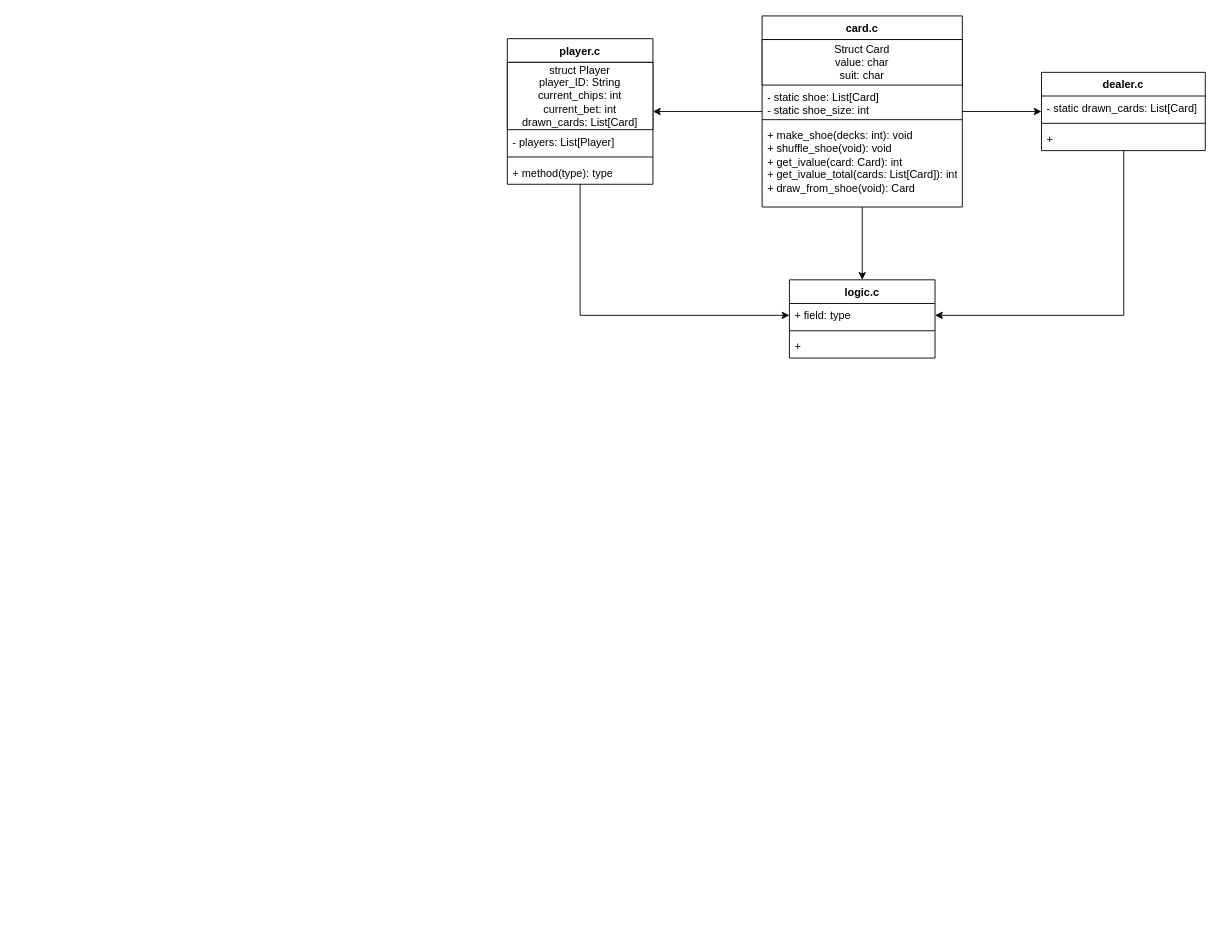
Above: misc/BlackJackRemakeUML.drawio in BigDave0071/BlackJackRemake (draw.io), before the change. Source tidied: cells renumbered, new cells numbered last; positions are measured from the earlier drawing's top-left corner, leaving out a move shared by most shapes. Both pictures are drawn from the tidied source at 91%, with x=0, y=0 at pixel (507, 15).
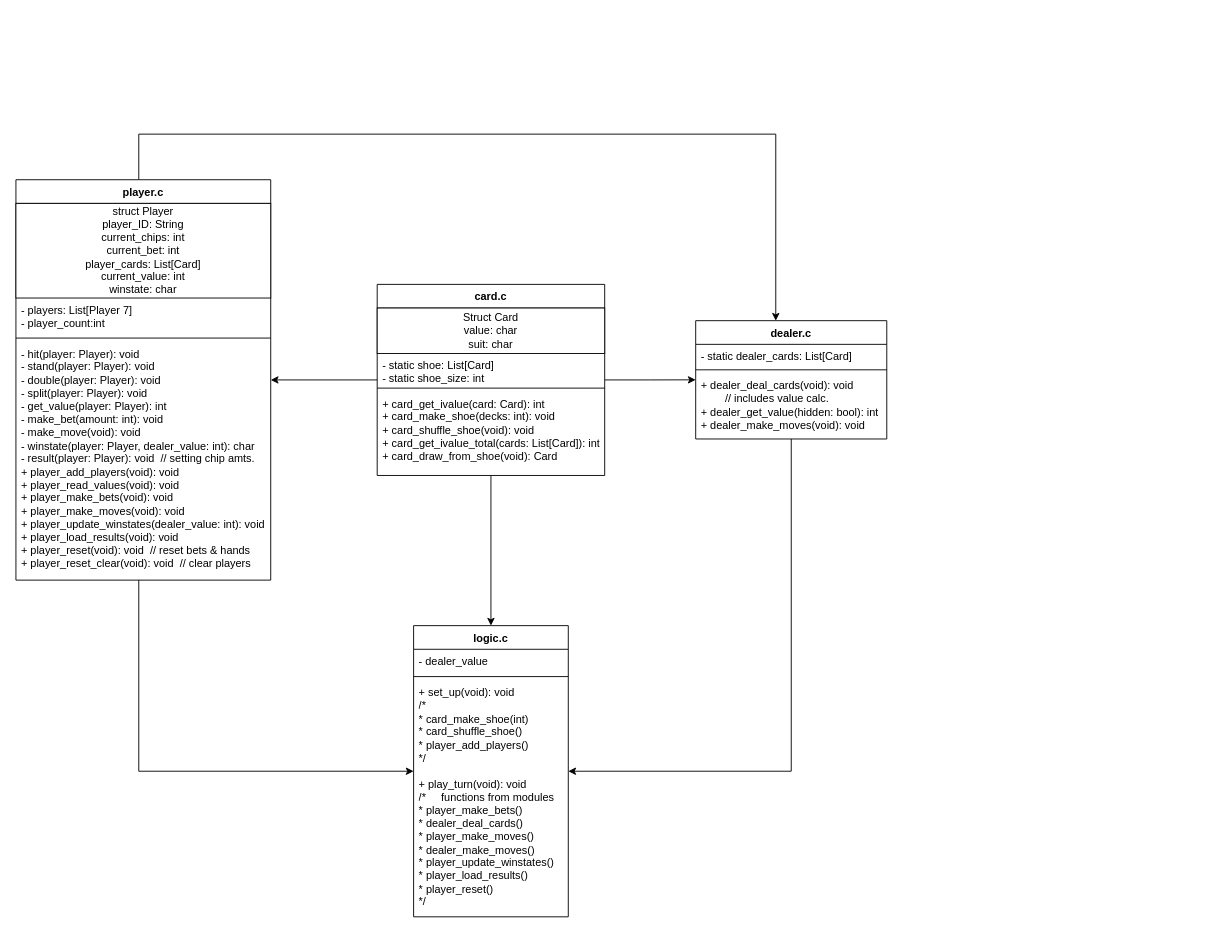
Above is the later version.

Commit message:
Almost completed UML diagram 	- added new functions to all modules 	- improved structure

The edit, as a diff of the source:
```diff
@@
+    <mxCell id="18" style="edgeStyle=orthogonalEdgeStyle;rounded=0;jettySize=auto;html=1;" parent="1" edge="1" source="4" target="19">
+      <mxGeometry relative="1" as="geometry" />
+    </mxCell>
     <mxCell id="4" value="card.c" style="swimlane;fontStyle=1;align=center;verticalAlign=top;horizontal=1;startSize=26;whiteSpace=wrap;html=1;" parent="1" vertex="1">
-      <mxGeometry x="280" width="220" height="210" as="geometry" />
+      <mxGeometry x="-143" y="295" width="250" height="210" as="geometry" />
     </mxCell>
     <mxCell id="5" value="Struct Card&lt;div&gt;value: char&lt;/div&gt;&lt;div&gt;suit: char&lt;/div&gt;" style="html=1;whiteSpace=wrap;" parent="4" vertex="1">
-      <mxGeometry y="26" width="220" height="50" as="geometry" />
+      <mxGeometry y="26" width="250" height="50" as="geometry" />
     </mxCell>
     <mxCell id="6" value="- static shoe: List[Card]&lt;div&gt;- static shoe_size: int&lt;/div&gt;" style="text;strokeColor=none;fillColor=none;align=left;verticalAlign=top;spacingLeft=4;spacingRight=4;overflow=hidden;whiteSpace=wrap;html=1;" parent="4" vertex="1">
-      <mxGeometry y="76" width="220" height="34" as="geometry" />
+      <mxGeometry y="76" width="250" height="34" as="geometry" />
     </mxCell>
     <mxCell id="7" style="line;strokeWidth=1;fillColor=none;align=left;verticalAlign=middle;spacingTop=-1;spacingLeft=3;spacingRight=3;labelPosition=right;strokeColor=inherit;" parent="4" vertex="1">
-      <mxGeometry y="110" width="220" height="8" as="geometry" />
+      <mxGeometry y="110" width="250" height="8" as="geometry" />
     </mxCell>
-    <mxCell id="8" value="+ make_shoe(decks: int): void&lt;div&gt;+ shuffle_shoe(void): void&lt;/div&gt;&lt;div&gt;+ get_ivalue(card: Card): int&lt;br&gt;+ get_ivalue_total(cards: List[Card]): int&lt;/div&gt;&lt;div&gt;+ draw_from_shoe(void): Card&lt;/div&gt;&lt;div style=&quot;display:none&quot; id=&quot;SDCloudData&quot;&gt;&lt;/div&gt;" style="text;strokeColor=none;fillColor=none;align=left;verticalAlign=top;spacingLeft=4;spacingRight=4;overflow=hidden;whiteSpace=wrap;html=1;" parent="4" vertex="1">
-      <mxGeometry y="118" width="220" height="92" as="geometry" />
+    <mxCell id="8" value="&lt;div&gt;+ card_get_ivalue(card: Card): int&lt;br&gt;&lt;/div&gt;+ card_make_shoe(decks: int): void&lt;div&gt;+ card_shuffle_shoe(void): void&lt;/div&gt;&lt;div&gt;+ card_get_ivalue_total(cards: List[Card]): int&lt;/div&gt;&lt;div&gt;+ card_draw_from_shoe(void): Card&lt;/div&gt;&lt;div style=&quot;display:none&quot; id=&quot;SDCloudData&quot;&gt;&lt;/div&gt;" style="text;strokeColor=none;fillColor=none;align=left;verticalAlign=top;spacingLeft=4;spacingRight=4;overflow=hidden;whiteSpace=wrap;html=1;" parent="4" vertex="1">
+      <mxGeometry y="118" width="250" height="92" as="geometry" />
     </mxCell>
+    <mxCell id="25" style="edgeStyle=orthogonalEdgeStyle;rounded=0;jettySize=auto;html=1;" parent="1" edge="1" source="9" target="19">
+      <mxGeometry relative="1" as="geometry">
+        <Array as="points">
+          <mxPoint x="312" y="830" />
+        </Array>
+      </mxGeometry>
+    </mxCell>
     <mxCell id="9" value="dealer.c" style="swimlane;fontStyle=1;align=center;verticalAlign=top;horizontal=1;startSize=26;whiteSpace=wrap;html=1;" parent="1" vertex="1">
-      <mxGeometry x="587" y="62" width="180" height="86" as="geometry" />
+      <mxGeometry x="207" y="334.9" width="210" height="130" as="geometry" />
     </mxCell>
-    <mxCell id="10" value="- static drawn_cards: List[Card]" style="text;strokeColor=none;fillColor=none;align=left;verticalAlign=top;spacingLeft=4;spacingRight=4;overflow=hidden;whiteSpace=wrap;html=1;" parent="9" vertex="1">
-      <mxGeometry y="26" width="180" height="26" as="geometry" />
+    <mxCell id="10" value="- static dealer_cards: List[Card]" style="text;strokeColor=none;fillColor=none;align=left;verticalAlign=top;spacingLeft=4;spacingRight=4;overflow=hidden;whiteSpace=wrap;html=1;" parent="9" vertex="1">
+      <mxGeometry y="26" width="210" height="24" as="geometry" />
     </mxCell>
     <mxCell id="11" style="line;strokeWidth=1;fillColor=none;align=left;verticalAlign=middle;spacingTop=-1;spacingLeft=3;spacingRight=3;labelPosition=right;strokeColor=inherit;" parent="9" vertex="1">
-      <mxGeometry y="52" width="180" height="8" as="geometry" />
+      <mxGeometry y="50" width="210" height="8" as="geometry" />
     </mxCell>
-    <mxCell id="12" value="+&amp;nbsp;" style="text;strokeColor=none;fillColor=none;align=left;verticalAlign=top;spacingLeft=4;spacingRight=4;overflow=hidden;points=[[0,0.5],[1,0.5]];portConstraint=eastwest;whiteSpace=wrap;html=1;" parent="9" vertex="1">
-      <mxGeometry y="60" width="180" height="26" as="geometry" />
+    <mxCell id="12" value="&lt;div&gt;&lt;span style=&quot;background-color: transparent; color: light-dark(rgb(0, 0, 0), rgb(255, 255, 255));&quot;&gt;+ dealer_deal_cards(void): void&lt;/span&gt;&lt;br&gt;&lt;/div&gt;&lt;div&gt;&lt;span style=&quot;white-space: pre;&quot;&gt;&#9;&lt;/span&gt;// includes value calc.&lt;br&gt;&lt;/div&gt;&lt;div&gt;+ dealer_get_value(hidden: bool): int&lt;/div&gt;&lt;div&gt;+ dealer_make_moves(void): void&lt;/div&gt;" style="text;strokeColor=none;fillColor=none;align=left;verticalAlign=top;spacingLeft=4;spacingRight=4;overflow=hidden;points=[[0,0.5],[1,0.5]];portConstraint=eastwest;whiteSpace=wrap;html=1;" parent="9" vertex="1">
+      <mxGeometry y="58" width="210" height="72" as="geometry" />
     </mxCell>
+    <mxCell id="26" style="edgeStyle=orthogonalEdgeStyle;rounded=0;jettySize=auto;html=1;" parent="1" edge="1" source="13" target="9">
+      <mxGeometry relative="1" as="geometry">
+        <Array as="points">
+          <mxPoint x="-405" y="129.9" />
+          <mxPoint x="295" y="129.9" />
+        </Array>
+      </mxGeometry>
+    </mxCell>
+    <mxCell id="27" style="edgeStyle=orthogonalEdgeStyle;rounded=0;jettySize=auto;html=1;" parent="1" edge="1" source="13" target="19">
+      <mxGeometry relative="1" as="geometry">
+        <Array as="points">
+          <mxPoint x="-405" y="830" />
+        </Array>
+      </mxGeometry>
+    </mxCell>
     <mxCell id="13" value="player.c" style="swimlane;fontStyle=1;align=center;verticalAlign=top;horizontal=1;startSize=26;whiteSpace=wrap;html=1;" parent="1" vertex="1">
-      <mxGeometry y="25" width="160" height="160" as="geometry" />
+      <mxGeometry x="-540" y="180" width="280" height="440" as="geometry" />
     </mxCell>
-    <mxCell id="14" value="struct Player&lt;div&gt;player_ID: String&lt;/div&gt;&lt;div&gt;current_chips: int&lt;/div&gt;&lt;div&gt;current_bet: int&lt;/div&gt;&lt;div&gt;&lt;span style=&quot;background-color: transparent; color: light-dark(rgb(0, 0, 0), rgb(255, 255, 255));&quot;&gt;drawn_cards: List[Card]&lt;/span&gt;&lt;/div&gt;" style="html=1;whiteSpace=wrap;" parent="13" vertex="1">
-      <mxGeometry y="26" width="160" height="74" as="geometry" />
+    <mxCell id="14" value="struct Player&lt;div&gt;player_ID: String&lt;/div&gt;&lt;div&gt;current_chips: int&lt;/div&gt;&lt;div&gt;current_bet: int&lt;/div&gt;&lt;div&gt;&lt;span style=&quot;background-color: transparent; color: light-dark(rgb(0, 0, 0), rgb(255, 255, 255));&quot;&gt;player_cards: List[Card]&lt;/span&gt;&lt;/div&gt;&lt;div&gt;current_value: int&lt;/div&gt;&lt;div&gt;winstate: char&lt;/div&gt;" style="html=1;whiteSpace=wrap;" parent="13" vertex="1">
+      <mxGeometry y="26" width="280" height="104" as="geometry" />
     </mxCell>
-    <mxCell id="15" value="- players: List[Player]" style="text;strokeColor=none;fillColor=none;align=left;verticalAlign=top;spacingLeft=4;spacingRight=4;overflow=hidden;whiteSpace=wrap;html=1;" parent="13" vertex="1">
-      <mxGeometry y="100" width="160" height="26" as="geometry" />
+    <mxCell id="15" value="- players: List[Player 7]&lt;div&gt;- player_count:int&lt;/div&gt;" style="text;strokeColor=none;fillColor=none;align=left;verticalAlign=top;spacingLeft=4;spacingRight=4;overflow=hidden;whiteSpace=wrap;html=1;" parent="13" vertex="1">
+      <mxGeometry y="130" width="280" height="40" as="geometry" />
     </mxCell>
     <mxCell id="16" style="line;strokeWidth=1;fillColor=none;align=left;verticalAlign=middle;spacingTop=-1;spacingLeft=3;spacingRight=3;labelPosition=right;strokeColor=inherit;" parent="13" vertex="1">
-      <mxGeometry y="126" width="160" height="8" as="geometry" />
+      <mxGeometry y="170" width="280" height="8" as="geometry" />
     </mxCell>
-    <mxCell id="17" value="+ method(type): type" style="text;strokeColor=none;fillColor=none;align=left;verticalAlign=top;spacingLeft=4;spacingRight=4;overflow=hidden;whiteSpace=wrap;html=1;" parent="13" vertex="1">
-      <mxGeometry y="134" width="160" height="26" as="geometry" />
+    <mxCell id="17" value="&lt;div&gt;&lt;div&gt;&lt;div&gt;- hit(player: Player): void&lt;/div&gt;&lt;div&gt;- stand(player: Player): void&lt;/div&gt;&lt;div&gt;- double(player: Player): void&lt;/div&gt;&lt;div&gt;- split(player: Player): void&lt;/div&gt;&lt;/div&gt;&lt;div&gt;- get_value(player: Player): int&lt;/div&gt;&lt;/div&gt;&lt;div&gt;- make_bet(amount: int): void&lt;/div&gt;&lt;div&gt;- make_move(void): void&lt;/div&gt;&lt;div&gt;- winstate(player: Player, dealer_value: int): char&lt;/div&gt;&lt;div&gt;- result(player: Player): void&amp;nbsp; // setting chip amts.&lt;/div&gt;&lt;div&gt;+ player_add_players(void): void&lt;br&gt;&lt;/div&gt;&lt;div&gt;+ player_read_values(void): void&lt;/div&gt;+ player_make&lt;span style=&quot;background-color: transparent; color: light-dark(rgb(0, 0, 0), rgb(255, 255, 255));&quot;&gt;_bets(void): void&lt;/span&gt;&lt;div&gt;&lt;div&gt;+ player_make_moves(void): void&lt;/div&gt;&lt;/div&gt;&lt;div&gt;+ player_update_winstates(dealer_value: int): void&lt;/div&gt;&lt;div&gt;+ player_load_results(void): void&lt;/div&gt;&lt;div&gt;+ player_reset(void): void&amp;nbsp; // reset bets &amp;amp; hands&lt;/div&gt;&lt;div&gt;+ player_reset_clear(void): void&amp;nbsp; // clear players&lt;/div&gt;" style="text;strokeColor=none;fillColor=none;align=left;verticalAlign=top;spacingLeft=4;spacingRight=4;overflow=hidden;whiteSpace=wrap;html=1;" parent="13" vertex="1">
+      <mxGeometry y="178" width="280" height="262" as="geometry" />
     </mxCell>
-    <mxCell id="18" style="edgeStyle=orthogonalEdgeStyle;rounded=0;jettySize=auto;html=1;" parent="1" edge="1" source="4" target="19">
-      <mxGeometry relative="1" as="geometry" />
-    </mxCell>
     <mxCell id="19" value="logic.c" style="swimlane;fontStyle=1;align=center;verticalAlign=top;horizontal=1;startSize=26;whiteSpace=wrap;html=1;" parent="1" vertex="1">
-      <mxGeometry x="310" y="290" width="160" height="86" as="geometry" />
+      <mxGeometry x="-103" y="670" width="170" height="320" as="geometry" />
     </mxCell>
-    <mxCell id="20" value="+ field: type" style="text;strokeColor=none;fillColor=none;align=left;verticalAlign=top;spacingLeft=4;spacingRight=4;overflow=hidden;points=[[0,0.5],[1,0.5]];portConstraint=eastwest;whiteSpace=wrap;html=1;" parent="19" vertex="1">
-      <mxGeometry y="26" width="160" height="26" as="geometry" />
+    <mxCell id="20" value="- dealer_value" style="text;strokeColor=none;fillColor=none;align=left;verticalAlign=top;spacingLeft=4;spacingRight=4;overflow=hidden;points=[[0,0.5],[1,0.5]];portConstraint=eastwest;whiteSpace=wrap;html=1;" parent="19" vertex="1">
+      <mxGeometry y="26" width="170" height="26" as="geometry" />
     </mxCell>
     <mxCell id="21" style="line;strokeWidth=1;fillColor=none;align=left;verticalAlign=middle;spacingTop=-1;spacingLeft=3;spacingRight=3;labelPosition=right;strokeColor=inherit;" parent="19" vertex="1">
-      <mxGeometry y="52" width="160" height="8" as="geometry" />
+      <mxGeometry y="52" width="170" height="8" as="geometry" />
     </mxCell>
-    <mxCell id="22" value="+&amp;nbsp;" style="text;strokeColor=none;fillColor=none;align=left;verticalAlign=top;spacingLeft=4;spacingRight=4;overflow=hidden;whiteSpace=wrap;html=1;" parent="19" vertex="1">
-      <mxGeometry y="60" width="160" height="26" as="geometry" />
+    <mxCell id="22" value="&lt;div&gt;&lt;/div&gt;&lt;div&gt;+ set_up(void): void&lt;/div&gt;&lt;div&gt;&lt;div&gt;/*&lt;/div&gt;&lt;div&gt;* card_make_shoe(int)&lt;/div&gt;&lt;div&gt;* card_shuffle_shoe()&lt;/div&gt;&lt;div&gt;* player_add_players()&lt;/div&gt;&lt;/div&gt;&lt;div&gt;*/&amp;nbsp;&lt;br&gt;&lt;/div&gt;&lt;div&gt;&lt;br&gt;&lt;/div&gt;&lt;div&gt;+ play_turn(void): void&lt;/div&gt;&lt;div&gt;/*&amp;nbsp; &amp;nbsp; &amp;nbsp;functions from modules&lt;/div&gt;&lt;div&gt;&lt;span style=&quot;background-color: transparent; color: light-dark(rgb(0, 0, 0), rgb(255, 255, 255));&quot;&gt;* player_make_bets()&lt;/span&gt;&lt;br&gt;&lt;/div&gt;&lt;div&gt;* dealer_deal_cards()&lt;/div&gt;&lt;div&gt;* player_make_moves()&lt;/div&gt;&lt;div&gt;* dealer_make_moves()&lt;/div&gt;&lt;div&gt;* player_update_winstates()&lt;/div&gt;&lt;div&gt;* player_load_results()&lt;/div&gt;&lt;div&gt;* player_reset()&lt;/div&gt;&lt;div&gt;*/&lt;/div&gt;" style="text;strokeColor=none;fillColor=none;align=left;verticalAlign=top;spacingLeft=4;spacingRight=4;overflow=hidden;whiteSpace=wrap;html=1;" parent="19" vertex="1">
+      <mxGeometry y="60" width="170" height="260" as="geometry" />
     </mxCell>
-    <mxCell id="23" style="edgeStyle=orthogonalEdgeStyle;rounded=0;jettySize=auto;html=1;" parent="1" edge="1" source="13" target="20">
-      <mxGeometry relative="1" as="geometry" />
-    </mxCell>
-    <mxCell id="24" style="edgeStyle=orthogonalEdgeStyle;rounded=0;jettySize=auto;html=1;exitX=0.502;exitY=1.013;exitDx=0;exitDy=0;exitPerimeter=0;" parent="1" edge="1" source="12" target="20">
-      <mxGeometry relative="1" as="geometry" />
-    </mxCell>
```
